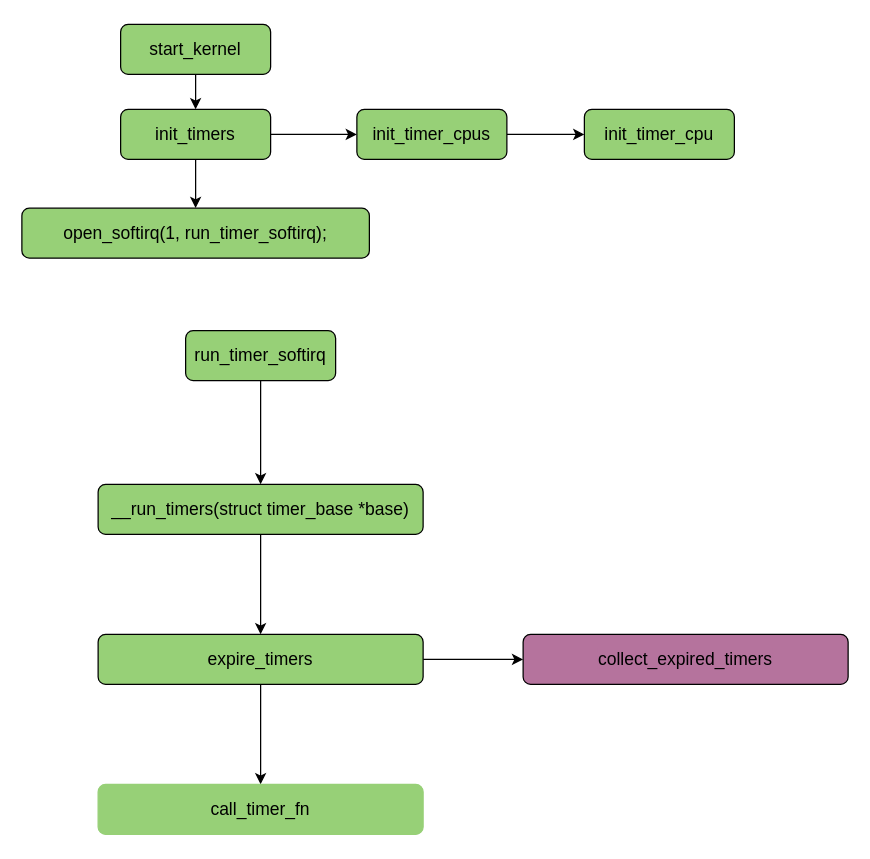
Above: linux-kernel/kernel/timer_interrupt.drawio in byrcoder/essay (draw.io), before the change. Source tidied: cells renumbered, new cells numbered last; positions are measured from the earlier drawing's top-left corner, leaving out a move shared by most shapes. Both pictures are drawn from the tidied source at 125%, with x=0, y=0 at pixel (21, 24).
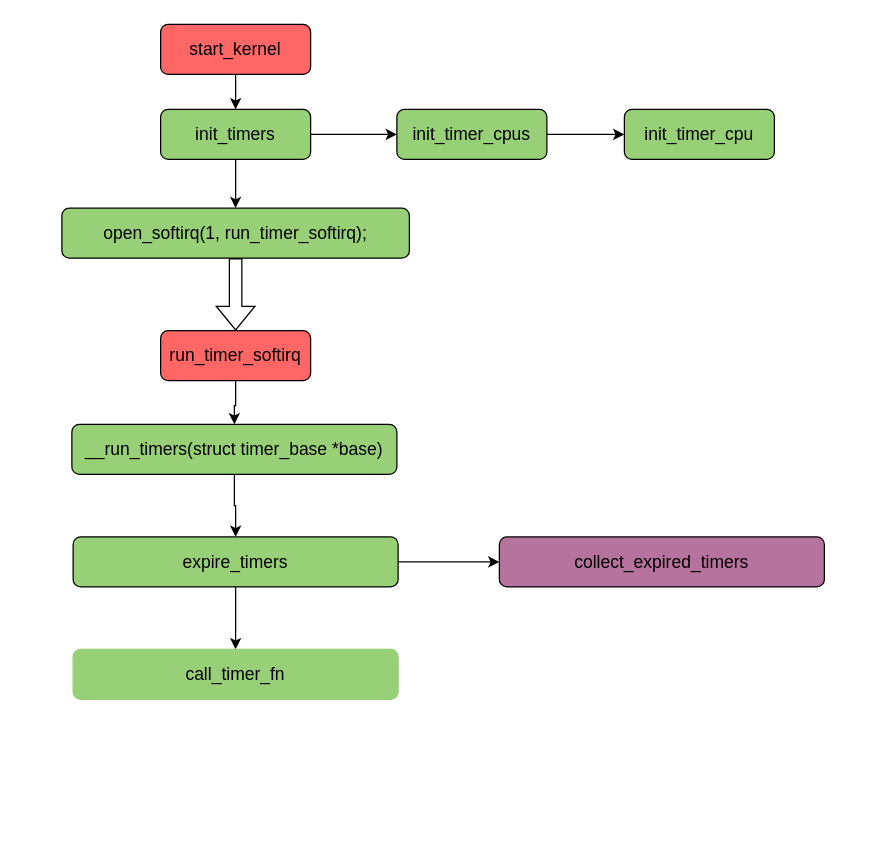
The same page after the edit.

What changed in the source:
```diff
@@
-    <mxCell id="3" value="&lt;pre style=&quot;font-family: &amp;#34;jetbrains mono&amp;#34; ; font-size: 10.5pt&quot;&gt;&lt;span style=&quot;background-color: rgb(151 , 208 , 119)&quot;&gt;start_kernel&lt;/span&gt;&lt;/pre&gt;" style="rounded=1;whiteSpace=wrap;html=1;fontSize=12;glass=0;strokeWidth=1;shadow=0;fillColor=#97D077;" parent="1" vertex="1">
-      <mxGeometry x="79" width="120" height="40" as="geometry" />
+    <mxCell id="3" value="&lt;pre style=&quot;font-family: &amp;#34;jetbrains mono&amp;#34; ; font-size: 10.5pt&quot;&gt;&lt;span style=&quot;background-color: rgb(255 , 102 , 102)&quot;&gt;start_kernel&lt;/span&gt;&lt;/pre&gt;" style="rounded=1;whiteSpace=wrap;html=1;fontSize=12;glass=0;strokeWidth=1;shadow=0;fillColor=#FF6666;" parent="1" vertex="1">
+      <mxGeometry x="111" width="120" height="40" as="geometry" />
     </mxCell>
@@
     <mxCell id="6" value="&lt;pre style=&quot;font-family: &amp;#34;jetbrains mono&amp;#34; ; font-size: 10.5pt&quot;&gt;init_timers&lt;/pre&gt;" style="rounded=1;whiteSpace=wrap;html=1;fontSize=12;glass=0;strokeWidth=1;shadow=0;fillColor=#97D077;" parent="1" vertex="1">
-      <mxGeometry x="79" y="68" width="120" height="40" as="geometry" />
+      <mxGeometry x="111" y="68" width="120" height="40" as="geometry" />
     </mxCell>
@@
     <mxCell id="8" value="&lt;pre&gt;&lt;font face=&quot;jetbrains mono&quot;&gt;&lt;span style=&quot;font-size: 14px&quot;&gt;init_timer_cpus&lt;/span&gt;&lt;span style=&quot;font-size: 10.5pt&quot;&gt;&lt;br&gt;&lt;/span&gt;&lt;/font&gt;&lt;/pre&gt;" style="rounded=1;whiteSpace=wrap;html=1;fontSize=12;glass=0;strokeWidth=1;shadow=0;fillColor=#97D077;" parent="1" vertex="1">
-      <mxGeometry x="268" y="68" width="120" height="40" as="geometry" />
+      <mxGeometry x="300" y="68" width="120" height="40" as="geometry" />
     </mxCell>
     <mxCell id="9" value="&lt;pre&gt;&lt;font face=&quot;jetbrains mono&quot;&gt;&lt;span style=&quot;font-size: 14px&quot;&gt;init_timer_cpu&lt;/span&gt;&lt;span style=&quot;font-size: 10.5pt&quot;&gt;&lt;br&gt;&lt;/span&gt;&lt;/font&gt;&lt;/pre&gt;" style="rounded=1;whiteSpace=wrap;html=1;fontSize=12;glass=0;strokeWidth=1;shadow=0;fillColor=#97D077;" parent="1" vertex="1">
-      <mxGeometry x="450" y="68" width="120" height="40" as="geometry" />
+      <mxGeometry x="482" y="68" width="120" height="40" as="geometry" />
     </mxCell>
     <mxCell id="10" value="&lt;pre style=&quot;font-family: &amp;#34;jetbrains mono&amp;#34; ; font-size: 10.5pt&quot;&gt;open_softirq(1, run_timer_softirq);&lt;/pre&gt;" style="rounded=1;whiteSpace=wrap;html=1;fontSize=12;glass=0;strokeWidth=1;shadow=0;fillColor=#97D077;" parent="1" vertex="1">
-      <mxGeometry y="147" width="278" height="40" as="geometry" />
+      <mxGeometry x="32" y="147" width="278" height="40" as="geometry" />
     </mxCell>
@@
-    <mxCell id="12" value="&lt;pre style=&quot;font-family: &amp;#34;jetbrains mono&amp;#34; ; font-size: 10.5pt&quot;&gt;run_timer_softirq&lt;/pre&gt;" style="rounded=1;whiteSpace=wrap;html=1;fontSize=12;glass=0;strokeWidth=1;shadow=0;fillColor=#97D077;" parent="1" vertex="1">
-      <mxGeometry x="131" y="245" width="120" height="40" as="geometry" />
+    <mxCell id="12" value="&lt;pre style=&quot;font-family: &amp;#34;jetbrains mono&amp;#34; ; font-size: 10.5pt&quot;&gt;run_timer_softirq&lt;/pre&gt;" style="rounded=1;whiteSpace=wrap;html=1;fontSize=12;glass=0;strokeWidth=1;shadow=0;fillColor=#FF6666;" parent="1" vertex="1">
+      <mxGeometry x="111" y="245" width="120" height="40" as="geometry" />
     </mxCell>
@@
     <mxCell id="14" value="&lt;pre style=&quot;font-family: &amp;#34;jetbrains mono&amp;#34; ; font-size: 10.5pt&quot;&gt;__run_timers(struct timer_base *base)&lt;/pre&gt;" style="rounded=1;whiteSpace=wrap;html=1;fontSize=12;glass=0;strokeWidth=1;shadow=0;fillColor=#97D077;" parent="1" vertex="1">
-      <mxGeometry x="61" y="368" width="260" height="40" as="geometry" />
+      <mxGeometry x="40" y="320" width="260" height="40" as="geometry" />
     </mxCell>
@@
     <mxCell id="17" value="&lt;pre style=&quot;font-family: &amp;#34;jetbrains mono&amp;#34; ; font-size: 10.5pt&quot;&gt;expire_timers&lt;/pre&gt;" style="rounded=1;whiteSpace=wrap;html=1;fontSize=12;glass=0;strokeWidth=1;shadow=0;fillColor=#97D077;" parent="1" vertex="1">
-      <mxGeometry x="61" y="488" width="260" height="40" as="geometry" />
+      <mxGeometry x="41" y="410" width="260" height="40" as="geometry" />
     </mxCell>
     <mxCell id="18" value="&lt;pre style=&quot;font-family: &amp;#34;jetbrains mono&amp;#34; ; font-size: 10.5pt&quot;&gt;&lt;pre style=&quot;font-family: &amp;#34;jetbrains mono&amp;#34; ; font-size: 10.5pt&quot;&gt;&lt;pre style=&quot;font-family: &amp;#34;jetbrains mono&amp;#34; ; font-size: 10.5pt&quot;&gt;&lt;font style=&quot;background-color: rgb(151 , 208 , 119)&quot;&gt;call_timer_fn&lt;/font&gt;&lt;/pre&gt;&lt;/pre&gt;&lt;/pre&gt;" style="rounded=1;whiteSpace=wrap;html=1;fontSize=12;glass=0;strokeWidth=1;shadow=0;fillColor=#97D077;strokeColor=#97D077;" parent="1" vertex="1">
-      <mxGeometry x="61" y="608" width="260" height="40" as="geometry" />
+      <mxGeometry x="41" y="500" width="260" height="40" as="geometry" />
     </mxCell>
     <mxCell id="19" value="&lt;pre style=&quot;font-family: &amp;#34;jetbrains mono&amp;#34; ; font-size: 10.5pt&quot;&gt;&lt;pre style=&quot;font-family: &amp;#34;jetbrains mono&amp;#34; ; font-size: 10.5pt&quot;&gt;&lt;font style=&quot;background-color: rgb(181 , 115 , 157)&quot;&gt;collect_expired_timers&lt;/font&gt;&lt;/pre&gt;&lt;/pre&gt;" style="rounded=1;whiteSpace=wrap;html=1;fontSize=12;glass=0;strokeWidth=1;shadow=0;fillColor=#B5739D;" parent="1" vertex="1">
-      <mxGeometry x="401" y="488" width="260" height="40" as="geometry" />
+      <mxGeometry x="382" y="410" width="260" height="40" as="geometry" />
     </mxCell>
+    <mxCell id="20" style="shape=flexArrow;endArrow=classic;html=1;rounded=0;fontColor=#000000;entryX=0.5;entryY=0;entryDx=0;entryDy=0;" parent="1" edge="1" source="10" target="12">
+      <mxGeometry relative="1" as="geometry" />
+    </mxCell>
```
